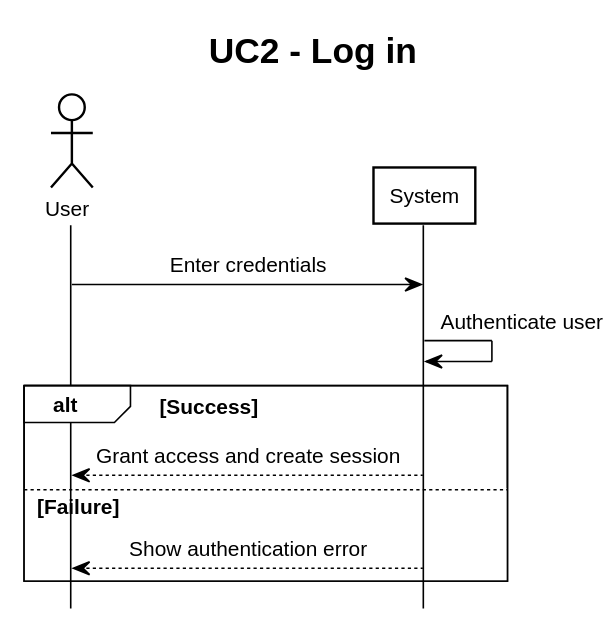
Earlier version of the PlantUML export out/Analysis/SSDs/UC2_Login/UC2_Login.svg (SEPCheesecakeFactory/SEP3).
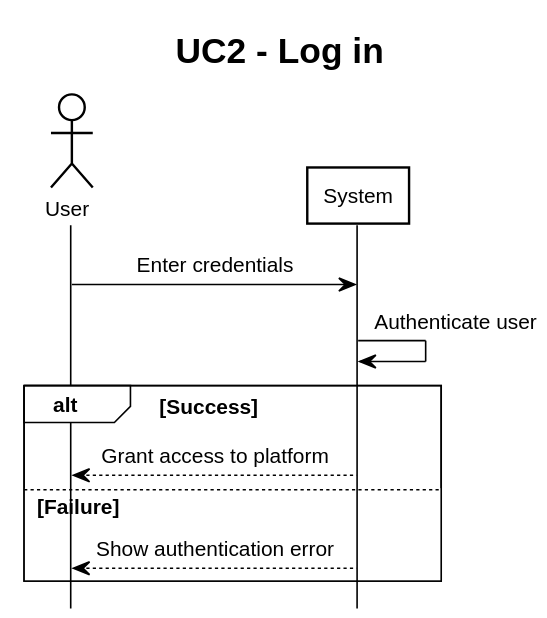
The same file after the commit.

The edit, as a diff of the source:
```diff
@@ -8,7 +8,7 @@
 User -> System: Enter credentials
 System -> System: Authenticate user
 alt Success
-    System --> User: Grant access and create session
+    System --> User: Grant access to platform
 else Failure
     System --> User: Show authentication error
 end
```
